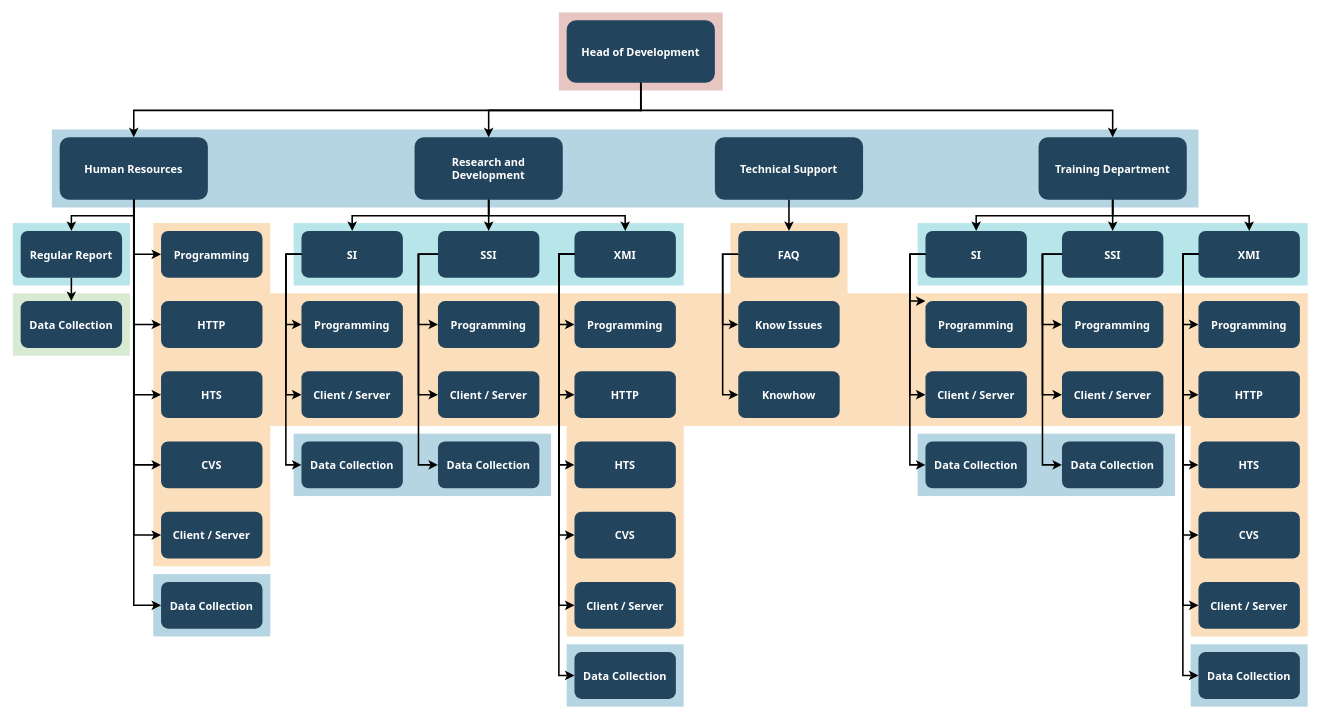
This is Untitled Diagram.drawio from DmitryTsikalovsky/ChatBotVk, a draw.io file, before an edit. Source tidied: cells renumbered, new cells numbered last; positions are measured from the earlier drawing's top-left corner, leaving out a move shared by most shapes. Both pictures are drawn from the tidied source at 78%, with x=0, y=0 at pixel (12, 12).
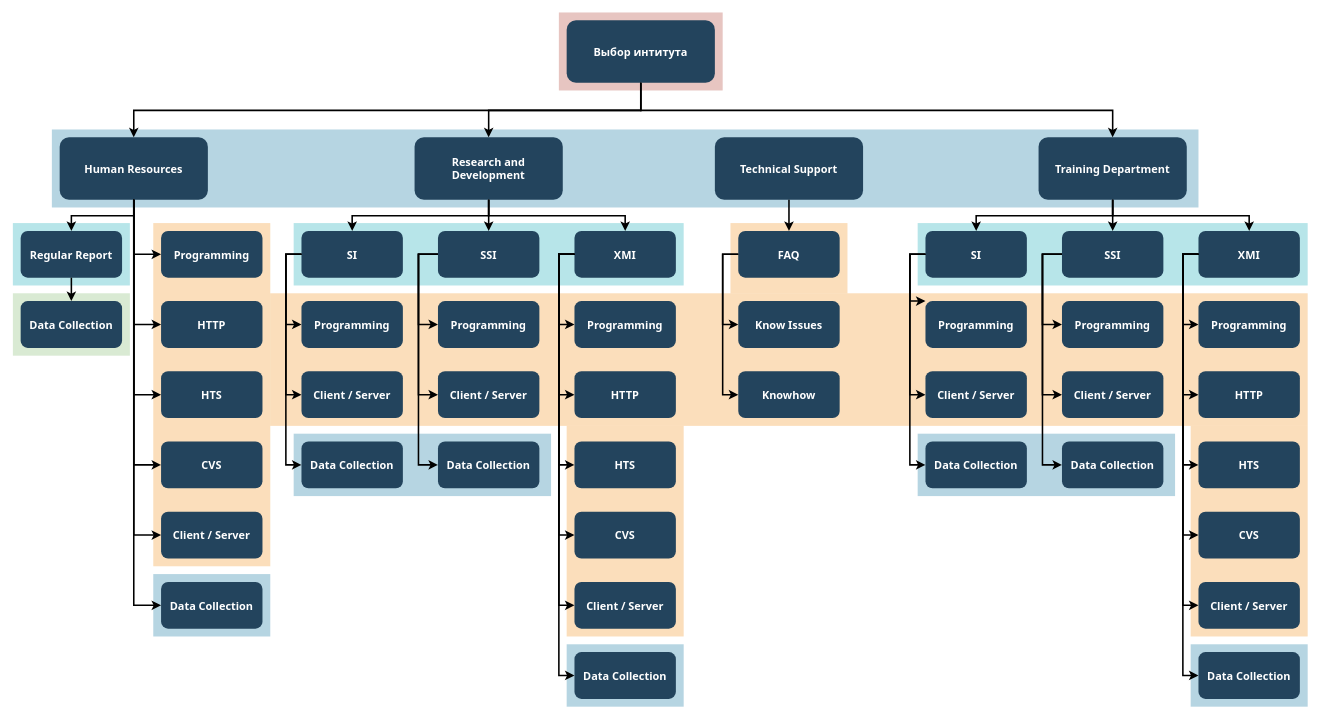
The same diagram, later.

What changed in the source:
```diff
@@
-    <mxCell id="18" value="Head of Development" style="rounded=1;fillColor=#23445D;gradientColor=none;strokeColor=none;fontColor=#FFFFFF;fontStyle=1;fontFamily=Tahoma;fontSize=14;" parent="1" vertex="1">
+    <mxCell id="18" value="Выбор интитута" style="rounded=1;fillColor=#23445D;gradientColor=none;strokeColor=none;fontColor=#FFFFFF;fontStyle=1;fontFamily=Tahoma;fontSize=14;" parent="1" vertex="1">
       <mxGeometry x="710" y="9.5" width="190" height="80" as="geometry" />
     </mxCell>
```
